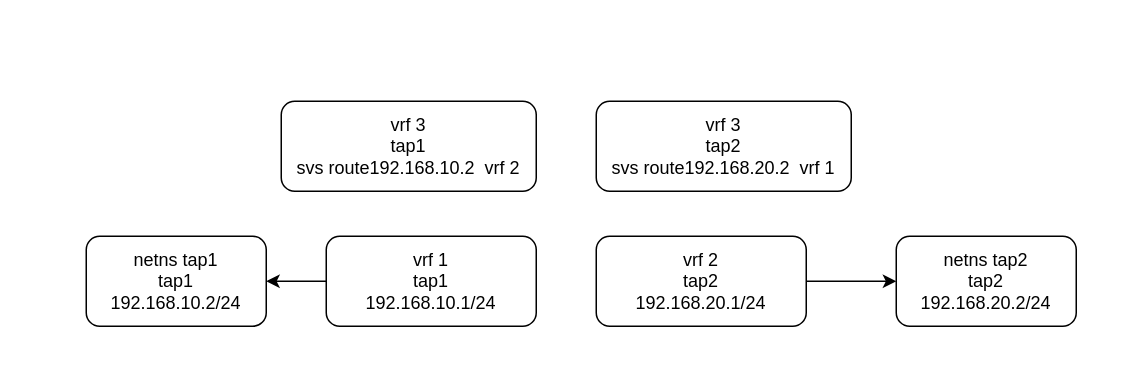
The draw.io diagram new_map/svs.drawio in jin13417/dpdk-vpp-learning, before the edit. Source tidied: cells renumbered, new cells numbered last; positions are measured from the earlier drawing's top-left corner, leaving out a move shared by most shapes. Both pictures are drawn from the tidied source at 150%, with x=0, y=0 at pixel (86, 100).
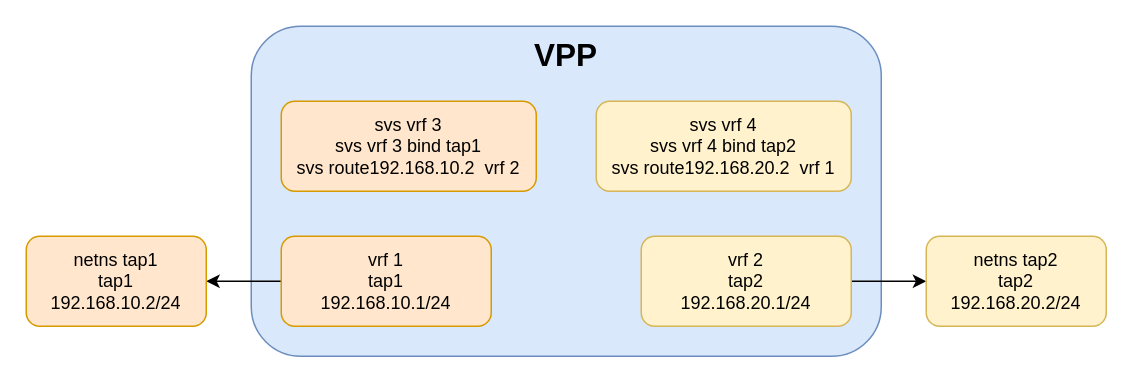
After the change.

What changed in the source:
```diff
@@
 <mxGraphModel>
   <root>
     <mxCell id="0" />
     <mxCell id="1" parent="0" />
+    <mxCell id="10" value="VPP" style="rounded=1;whiteSpace=wrap;html=1;align=center;fontStyle=1;verticalAlign=top;fontSize=21;fillColor=#dae8fc;strokeColor=#6c8ebf;" parent="1" vertex="1">
+      <mxGeometry x="110" y="-50" width="420" height="220" as="geometry" />
+    </mxCell>
     <mxCell id="2" style="edgeStyle=orthogonalEdgeStyle;rounded=0;jettySize=auto;html=1;" parent="1" edge="1" source="3" target="7">
       <mxGeometry relative="1" as="geometry" />
     </mxCell>
-    <mxCell id="3" value="vrf 2&lt;div&gt;tap2&lt;/div&gt;&lt;div&gt;192.168.20.1/24&lt;/div&gt;" style="rounded=1;whiteSpace=wrap;html=1;" parent="1" vertex="1">
-      <mxGeometry x="340" y="90" width="140" height="60" as="geometry" />
+    <mxCell id="3" value="vrf 2&lt;div&gt;tap2&lt;/div&gt;&lt;div&gt;192.168.20.1/24&lt;/div&gt;" style="rounded=1;whiteSpace=wrap;html=1;fillColor=#fff2cc;strokeColor=#d6b656;" parent="1" vertex="1">
+      <mxGeometry x="370" y="90" width="140" height="60" as="geometry" />
     </mxCell>
     <mxCell id="4" style="edgeStyle=orthogonalEdgeStyle;rounded=0;jettySize=auto;html=1;" parent="1" edge="1" source="5" target="6">
       <mxGeometry relative="1" as="geometry" />
     </mxCell>
-    <mxCell id="5" value="vrf 1&lt;div&gt;tap1&lt;/div&gt;&lt;div&gt;192.168.10.1/24&lt;/div&gt;" style="rounded=1;whiteSpace=wrap;html=1;" parent="1" vertex="1">
-      <mxGeometry x="160" y="90" width="140" height="60" as="geometry" />
+    <mxCell id="5" value="vrf 1&lt;div&gt;tap1&lt;/div&gt;&lt;div&gt;192.168.10.1/24&lt;/div&gt;" style="rounded=1;whiteSpace=wrap;html=1;fillColor=#ffe6cc;strokeColor=#d79b00;" parent="1" vertex="1">
+      <mxGeometry x="130" y="90" width="140" height="60" as="geometry" />
     </mxCell>
-    <mxCell id="6" value="netns tap1&lt;div&gt;tap1&lt;/div&gt;&lt;div&gt;192.168.10.2/24&lt;/div&gt;" style="rounded=1;whiteSpace=wrap;html=1;" parent="1" vertex="1">
-      <mxGeometry y="90" width="120" height="60" as="geometry" />
+    <mxCell id="6" value="netns tap1&lt;div&gt;tap1&lt;/div&gt;&lt;div&gt;192.168.10.2/24&lt;/div&gt;" style="rounded=1;whiteSpace=wrap;html=1;fillColor=#ffe6cc;strokeColor=#d79b00;" parent="1" vertex="1">
+      <mxGeometry x="-40" y="90" width="120" height="60" as="geometry" />
     </mxCell>
-    <mxCell id="7" value="netns tap2&lt;div&gt;tap2&lt;/div&gt;&lt;div&gt;192.168.20.2/24&lt;/div&gt;" style="rounded=1;whiteSpace=wrap;html=1;" parent="1" vertex="1">
-      <mxGeometry x="540" y="90" width="120" height="60" as="geometry" />
+    <mxCell id="7" value="netns tap2&lt;div&gt;tap2&lt;/div&gt;&lt;div&gt;192.168.20.2/24&lt;/div&gt;" style="rounded=1;whiteSpace=wrap;html=1;fillColor=#fff2cc;strokeColor=#d6b656;" parent="1" vertex="1">
+      <mxGeometry x="560" y="90" width="120" height="60" as="geometry" />
     </mxCell>
-    <mxCell id="8" value="vrf 3&lt;div&gt;tap1&lt;/div&gt;&lt;div&gt;svs route192.168.10.2&amp;nbsp; vrf 2&lt;/div&gt;" style="rounded=1;whiteSpace=wrap;html=1;" parent="1" vertex="1">
+    <mxCell id="8" value="svs vrf 3&lt;div&gt;svs vrf 3 bind tap1&lt;/div&gt;&lt;div&gt;svs route192.168.10.2&amp;nbsp; vrf 2&lt;/div&gt;" style="rounded=1;whiteSpace=wrap;html=1;fillColor=#ffe6cc;strokeColor=#d79b00;" parent="1" vertex="1">
       <mxGeometry x="130" width="170" height="60" as="geometry" />
     </mxCell>
-    <mxCell id="9" value="vrf 3&lt;div&gt;tap2&lt;/div&gt;&lt;div&gt;svs route192.168.20.2&amp;nbsp; vrf 1&lt;br&gt;&lt;/div&gt;" style="rounded=1;whiteSpace=wrap;html=1;" parent="1" vertex="1">
+    <mxCell id="9" value="svs vrf 4&lt;div&gt;svs vrf 4 bind tap2&lt;/div&gt;&lt;div&gt;svs route192.168.20.2&amp;nbsp; vrf 1&lt;br&gt;&lt;/div&gt;" style="rounded=1;whiteSpace=wrap;html=1;fillColor=#fff2cc;strokeColor=#d6b656;" parent="1" vertex="1">
       <mxGeometry x="340" width="170" height="60" as="geometry" />
     </mxCell>
   </root>
 </mxGraphModel>
```
